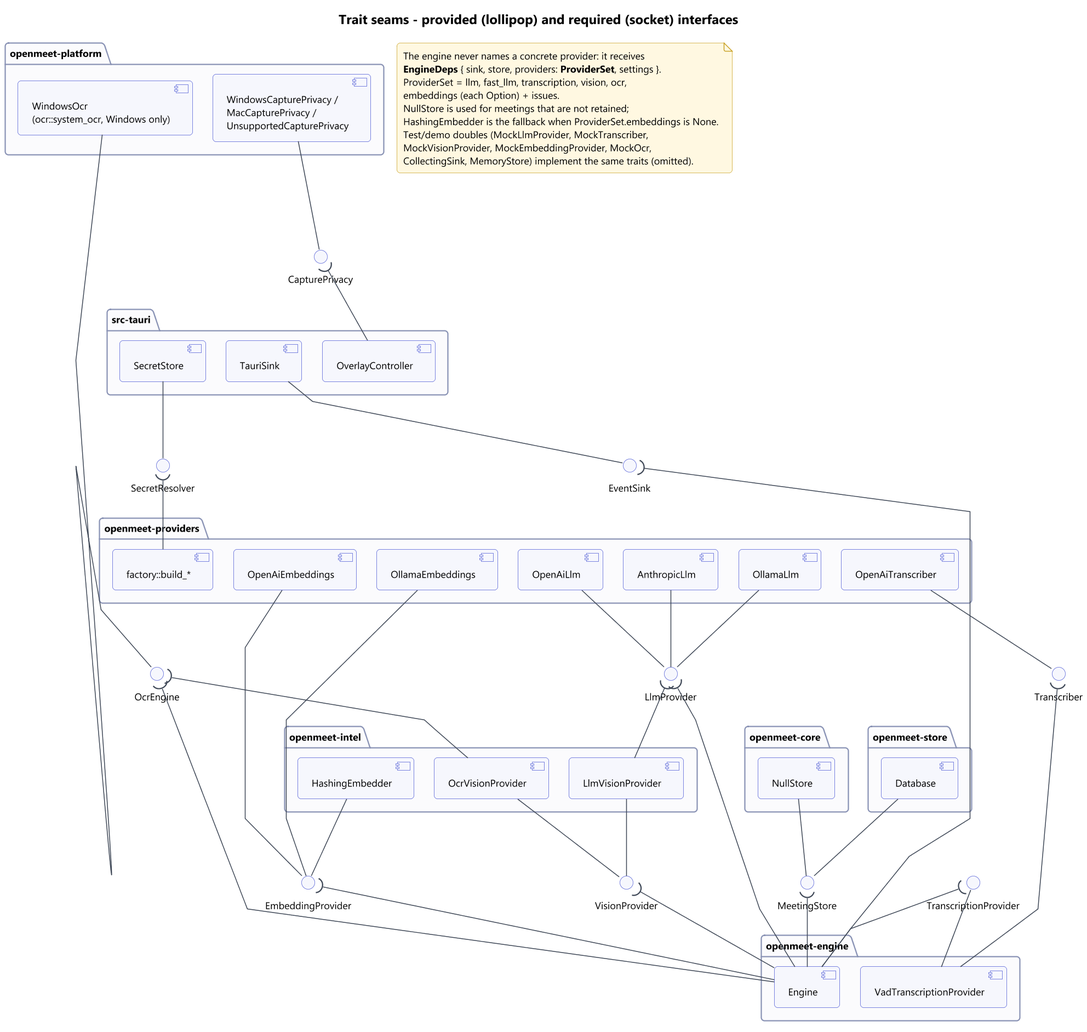
This is diagrams/uml/component/component-02-trait-interfaces.png from AekamSidhu/Major-Project, a PlantUML export, as it was before one commit.
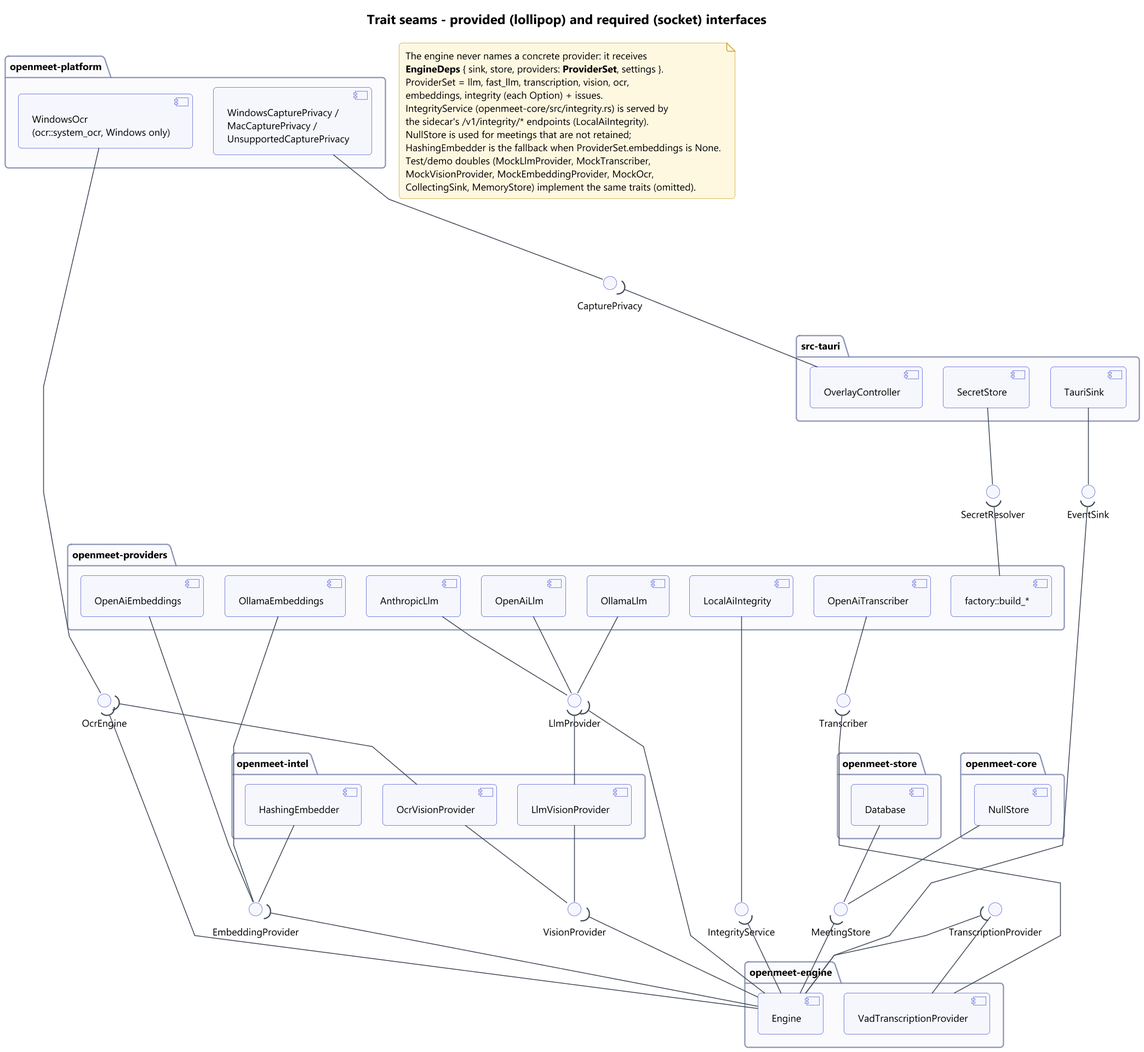
Above is the later version.

The edit, as a diff of the source:
```diff
@@ -28,6 +28,7 @@
   [OpenAiTranscriber] as OAT
   [OpenAiEmbeddings] as OAE
   [OllamaEmbeddings] as OLE
+  [LocalAiIntegrity] as LAII
 }
 
 package "openmeet-platform" {
@@ -56,6 +57,7 @@
 interface OcrEngine as IOCR
 interface EmbeddingProvider as IEMB
 interface CapturePrivacy as ICP
+interface IntegrityService as IINT
 
 SINK -- IES
 DB -- IMS
@@ -73,6 +75,7 @@
 LVP -- IVP
 OVP -- IVP
 VAD -- ITP
+LAII -- IINT
 
 FAC -up-( ISR
 
@@ -88,12 +91,15 @@
 E -up-( IVP
 E -up-( IOCR
 E -up-( IEMB
+E -up-( IINT
 
 note as N1
   The engine never names a concrete provider: it receives
   <b>EngineDeps</b> { sink, store, providers: <b>ProviderSet</b>, settings }.
   ProviderSet = llm, fast_llm, transcription, vision, ocr,
-  embeddings (each Option) + issues.
+  embeddings, integrity (each Option) + issues.
+  IntegrityService (openmeet-core/src/integrity.rs) is served by
+  the sidecar's /v1/integrity/* endpoints (LocalAiIntegrity).
   NullStore is used for meetings that are not retained;
   HashingEmbedder is the fallback when ProviderSet.embeddings is None.
   Test/demo doubles (MockLlmProvider, MockTranscriber,
```
